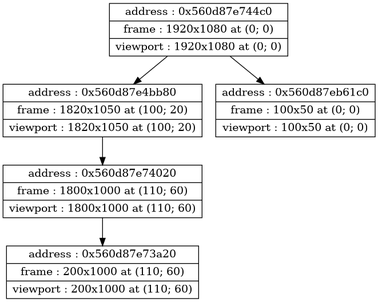
Above: assets/layout.png in Shishqa/YAGE (Graphviz), before the change. Its source is kept beside it as assets/layout.dot. The source it was exported from:
```dot
digraph {
	node [shape=record]
	node0x5592f3ddb4e0 [label = "{address : 0x5592f3ddb4e0 |frame : 1920x1080 at (0; 0) |viewport : 1920x1080 at (0; 0)}"];

	 node0x5592f3ddb4e0 -> node0x5592f3db2ba0 [color=black];
	node0x5592f3db2ba0 [label = "{address : 0x5592f3db2ba0 |frame : 1820x1050 at (100; 20) |viewport : 1820x1050 at (100; 20)}"];

	 node0x5592f3db2ba0 -> node0x5592f3ddb040 [color=black];
	node0x5592f3ddb040 [label = "{address : 0x5592f3ddb040 |frame : 1800x1000 at (110; 60) |viewport : 1800x1000 at (110; 60)}"];

	 node0x5592f3ddb040 -> node0x5592f3e54040 [color=black];
	node0x5592f3e54040 [label = "{address : 0x5592f3e54040 |frame : 1800x30 at (110; 60) |viewport : 1800x30 at (110; 60)}"];

	 node0x5592f3e54040 -> node0x5592f3e54100 [color=black];
	node0x5592f3e54100 [label = "{address : 0x5592f3e54100 |frame : 70x30 at (110; 60) |viewport : 70x30 at (110; 60)}"];

	 node0x5592f3e54100 -> node0x5592f3e54240 [color=black];
	node0x5592f3e54240 [label = "{address : 0x5592f3e54240 |frame : 100x30 at (110; 60) |viewport : 70x30 at (110; 60)}"];

	 node0x5592f3ddb040 -> node0x5592f3e54380 [color=black];
	node0x5592f3e54380 [label = "{address : 0x5592f3e54380 |frame : 50x970 at (110; 90) |viewport : 50x970 at (110; 90)}"];

	 node0x5592f3e54380 -> node0x5592f3e544c0 [color=black];
	node0x5592f3e544c0 [label = "{address : 0x5592f3e544c0 |frame : 50x600 at (110; 90) |viewport : 50x600 at (110; 90)}"];

	 node0x5592f3e544c0 -> node0x5592f3e54600 [color=black];
	node0x5592f3e54600 [label = "{address : 0x5592f3e54600 |frame : 40x40 at (115; 95) |viewport : 40x40 at (115; 95)}"];

	 node0x5592f3e544c0 -> node0x5592f3e54740 [color=black];
	node0x5592f3e54740 [label = "{address : 0x5592f3e54740 |frame : 40x40 at (115; 138) |viewport : 40x40 at (115; 138)}"];

	 node0x5592f3e544c0 -> node0x5592f3e3a0b0 [color=black];
	node0x5592f3e3a0b0 [label = "{address : 0x5592f3e3a0b0 |frame : 40x40 at (115; 181) |viewport : 40x40 at (115; 181)}"];

	 node0x5592f3e54380 -> node0x5592f3e17bf0 [color=black];
	node0x5592f3e17bf0 [label = "{address : 0x5592f3e17bf0 |frame : 50x50 at (110; 690) |viewport : 50x50 at (110; 690)}"];

	 node0x5592f3ddb040 -> node0x5592f3e15600 [color=black];
	node0x5592f3e15600 [label = "{address : 0x5592f3e15600 |frame : 1600x970 at (160; 90) |viewport : 1600x970 at (160; 90)}"];

	 node0x5592f3e15600 -> node0x5592f3e15810 [color=black];
	node0x5592f3e15810 [label = "{address : 0x5592f3e15810 |frame : 800x600 at (200; 130) |viewport : 800x600 at (200; 130)}"];

	 node0x5592f3ddb040 -> node0x5592f3e16790 [color=black];
	node0x5592f3e16790 [label = "{address : 0x5592f3e16790 |frame : 150x970 at (1760; 90) |viewport : 150x970 at (1760; 90)}"];

	 node0x5592f3e16790 -> node0x5592f3e406c0 [color=black];
	node0x5592f3e406c0 [label = "{address : 0x5592f3e406c0 |frame : 150x500 at (1760; 90) |viewport : 150x500 at (1760; 90)}"];

	 node0x5592f3e406c0 -> node0x5592f3de6ed0 [color=black];
	node0x5592f3de6ed0 [label = "{address : 0x5592f3de6ed0 |frame : 150x30 at (1760; 90) |viewport : 150x30 at (1760; 90)}"];

	 node0x5592f3e406c0 -> node0x5592f3e51230 [color=black];
	node0x5592f3e51230 [label = "{address : 0x5592f3e51230 |frame : 150x30 at (1760; 120) |viewport : 150x30 at (1760; 120)}"];

	 node0x5592f3e406c0 -> node0x5592f3e40140 [color=black];
	node0x5592f3e40140 [label = "{address : 0x5592f3e40140 |frame : 150x30 at (1760; 150) |viewport : 150x30 at (1760; 150)}"];

	 node0x5592f3e406c0 -> node0x5592f3e164a0 [color=black];
	node0x5592f3e164a0 [label = "{address : 0x5592f3e164a0 |frame : 150x30 at (1760; 180) |viewport : 150x30 at (1760; 180)}"];

	 node0x5592f3ddb4e0 -> node0x5592f3e15cf0 [color=black];
	node0x5592f3e15cf0 [label = "{address : 0x5592f3e15cf0 |frame : 100x50 at (0; 0) |viewport : 100x50 at (0; 0)}"];

}
```
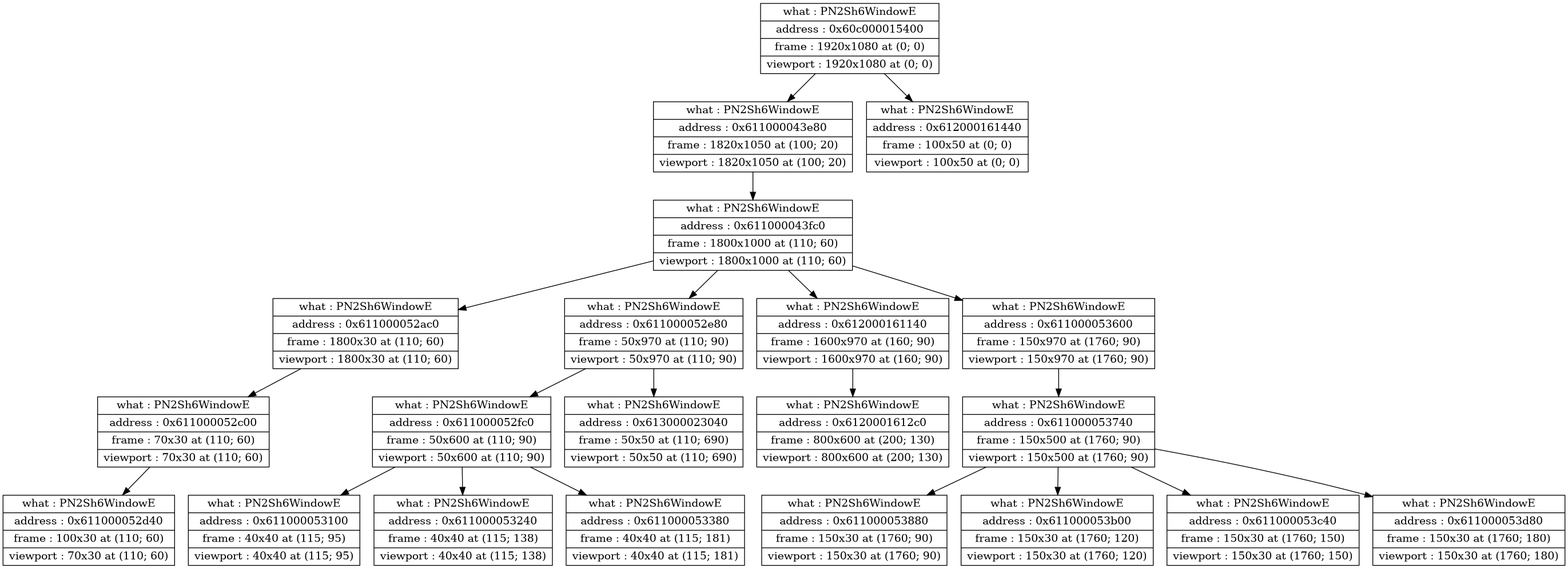
Above is the later version.

The edit, as a diff of the source:
```diff
@@ -1,65 +1,65 @@
 digraph {
 	node [shape=record]
-	node0x5592f3ddb4e0 [label = "{address : 0x5592f3ddb4e0 |frame : 1920x1080 at (0; 0) |viewport : 1920x1080 at (0; 0)}"];
+	node0x60c000015400 [label = "{what : PN2Sh6WindowE |address : 0x60c000015400 |frame : 1920x1080 at (0; 0) |viewport : 1920x1080 at (0; 0)}"];
 
-	 node0x5592f3ddb4e0 -> node0x5592f3db2ba0 [color=black];
-	node0x5592f3db2ba0 [label = "{address : 0x5592f3db2ba0 |frame : 1820x1050 at (100; 20) |viewport : 1820x1050 at (100; 20)}"];
+	 node0x60c000015400 -> node0x611000043e80 [color=black];
+	node0x611000043e80 [label = "{what : PN2Sh6WindowE |address : 0x611000043e80 |frame : 1820x1050 at (100; 20) |viewport : 1820x1050 at (100; 20)}"];
 
-	 node0x5592f3db2ba0 -> node0x5592f3ddb040 [color=black];
-	node0x5592f3ddb040 [label = "{address : 0x5592f3ddb040 |frame : 1800x1000 at (110; 60) |viewport : 1800x1000 at (110; 60)}"];
+	 node0x611000043e80 -> node0x611000043fc0 [color=black];
+	node0x611000043fc0 [label = "{what : PN2Sh6WindowE |address : 0x611000043fc0 |frame : 1800x1000 at (110; 60) |viewport : 1800x1000 at (110; 60)}"];
 
-	 node0x5592f3ddb040 -> node0x5592f3e54040 [color=black];
-	node0x5592f3e54040 [label = "{address : 0x5592f3e54040 |frame : 1800x30 at (110; 60) |viewport : 1800x30 at (110; 60)}"];
+	 node0x611000043fc0 -> node0x611000052ac0 [color=black];
+	node0x611000052ac0 [label = "{what : PN2Sh6WindowE |address : 0x611000052ac0 |frame : 1800x30 at (110; 60) |viewport : 1800x30 at (110; 60)}"];
 
-	 node0x5592f3e54040 -> node0x5592f3e54100 [color=black];
-	node0x5592f3e54100 [label = "{address : 0x5592f3e54100 |frame : 70x30 at (110; 60) |viewport : 70x30 at (110; 60)}"];
+	 node0x611000052ac0 -> node0x611000052c00 [color=black];
+	node0x611000052c00 [label = "{what : PN2Sh6WindowE |address : 0x611000052c00 |frame : 70x30 at (110; 60) |viewport : 70x30 at (110; 60)}"];
 
-	 node0x5592f3e54100 -> node0x5592f3e54240 [color=black];
-	node0x5592f3e54240 [label = "{address : 0x5592f3e54240 |frame : 100x30 at (110; 60) |viewport : 70x30 at (110; 60)}"];
+	 node0x611000052c00 -> node0x611000052d40 [color=black];
+	node0x611000052d40 [label = "{what : PN2Sh6WindowE |address : 0x611000052d40 |frame : 100x30 at (110; 60) |viewport : 70x30 at (110; 60)}"];
 
-	 node0x5592f3ddb040 -> node0x5592f3e54380 [color=black];
-	node0x5592f3e54380 [label = "{address : 0x5592f3e54380 |frame : 50x970 at (110; 90) |viewport : 50x970 at (110; 90)}"];
+	 node0x611000043fc0 -> node0x611000052e80 [color=black];
+	node0x611000052e80 [label = "{what : PN2Sh6WindowE |address : 0x611000052e80 |frame : 50x970 at (110; 90) |viewport : 50x970 at (110; 90)}"];
 
-	 node0x5592f3e54380 -> node0x5592f3e544c0 [color=black];
-	node0x5592f3e544c0 [label = "{address : 0x5592f3e544c0 |frame : 50x600 at (110; 90) |viewport : 50x600 at (110; 90)}"];
+	 node0x611000052e80 -> node0x611000052fc0 [color=black];
+	node0x611000052fc0 [label = "{what : PN2Sh6WindowE |address : 0x611000052fc0 |frame : 50x600 at (110; 90) |viewport : 50x600 at (110; 90)}"];
 
-	 node0x5592f3e544c0 -> node0x5592f3e54600 [color=black];
-	node0x5592f3e54600 [label = "{address : 0x5592f3e54600 |frame : 40x40 at (115; 95) |viewport : 40x40 at (115; 95)}"];
+	 node0x611000052fc0 -> node0x611000053100 [color=black];
+	node0x611000053100 [label = "{what : PN2Sh6WindowE |address : 0x611000053100 |frame : 40x40 at (115; 95) |viewport : 40x40 at (115; 95)}"];
 
-	 node0x5592f3e544c0 -> node0x5592f3e54740 [color=black];
-	node0x5592f3e54740 [label = "{address : 0x5592f3e54740 |frame : 40x40 at (115; 138) |viewport : 40x40 at (115; 138)}"];
+	 node0x611000052fc0 -> node0x611000053240 [color=black];
+	node0x611000053240 [label = "{what : PN2Sh6WindowE |address : 0x611000053240 |frame : 40x40 at (115; 138) |viewport : 40x40 at (115; 138)}"];
 
-	 node0x5592f3e544c0 -> node0x5592f3e3a0b0 [color=black];
-	node0x5592f3e3a0b0 [label = "{address : 0x5592f3e3a0b0 |frame : 40x40 at (115; 181) |viewport : 40x40 at (115; 181)}"];
+	 node0x611000052fc0 -> node0x611000053380 [color=black];
+	node0x611000053380 [label = "{what : PN2Sh6WindowE |address : 0x611000053380 |frame : 40x40 at (115; 181) |viewport : 40x40 at (115; 181)}"];
 
-	 node0x5592f3e54380 -> node0x5592f3e17bf0 [color=black];
-	node0x5592f3e17bf0 [label = "{address : 0x5592f3e17bf0 |frame : 50x50 at (110; 690) |viewport : 50x50 at (110; 690)}"];
+	 node0x611000052e80 -> node0x613000023040 [color=black];
+	node0x613000023040 [label = "{what : PN2Sh6WindowE |address : 0x613000023040 |frame : 50x50 at (110; 690) |viewport : 50x50 at (110; 690)}"];
 
-	 node0x5592f3ddb040 -> node0x5592f3e15600 [color=black];
-	node0x5592f3e15600 [label = "{address : 0x5592f3e15600 |frame : 1600x970 at (160; 90) |viewport : 1600x970 at (160; 90)}"];
+	 node0x611000043fc0 -> node0x612000161140 [color=black];
+	node0x612000161140 [label = "{what : PN2Sh6WindowE |address : 0x612000161140 |frame : 1600x970 at (160; 90) |viewport : 1600x970 at (160; 90)}"];
 
-	 node0x5592f3e15600 -> node0x5592f3e15810 [color=black];
-	node0x5592f3e15810 [label = "{address : 0x5592f3e15810 |frame : 800x600 at (200; 130) |viewport : 800x600 at (200; 130)}"];
+	 node0x612000161140 -> node0x6120001612c0 [color=black];
+	node0x6120001612c0 [label = "{what : PN2Sh6WindowE |address : 0x6120001612c0 |frame : 800x600 at (200; 130) |viewport : 800x600 at (200; 130)}"];
 
-	 node0x5592f3ddb040 -> node0x5592f3e16790 [color=black];
-	node0x5592f3e16790 [label = "{address : 0x5592f3e16790 |frame : 150x970 at (1760; 90) |viewport : 150x970 at (1760; 90)}"];
+	 node0x611000043fc0 -> node0x611000053600 [color=black];
+	node0x611000053600 [label = "{what : PN2Sh6WindowE |address : 0x611000053600 |frame : 150x970 at (1760; 90) |viewport : 150x970 at (1760; 90)}"];
 
-	 node0x5592f3e16790 -> node0x5592f3e406c0 [color=black];
-	node0x5592f3e406c0 [label = "{address : 0x5592f3e406c0 |frame : 150x500 at (1760; 90) |viewport : 150x500 at (1760; 90)}"];
+	 node0x611000053600 -> node0x611000053740 [color=black];
+	node0x611000053740 [label = "{what : PN2Sh6WindowE |address : 0x611000053740 |frame : 150x500 at (1760; 90) |viewport : 150x500 at (1760; 90)}"];
 
-	 node0x5592f3e406c0 -> node0x5592f3de6ed0 [color=black];
-	node0x5592f3de6ed0 [label = "{address : 0x5592f3de6ed0 |frame : 150x30 at (1760; 90) |viewport : 150x30 at (1760; 90)}"];
+	 node0x611000053740 -> node0x611000053880 [color=black];
+	node0x611000053880 [label = "{what : PN2Sh6WindowE |address : 0x611000053880 |frame : 150x30 at (1760; 90) |viewport : 150x30 at (1760; 90)}"];
 
-	 node0x5592f3e406c0 -> node0x5592f3e51230 [color=black];
-	node0x5592f3e51230 [label = "{address : 0x5592f3e51230 |frame : 150x30 at (1760; 120) |viewport : 150x30 at (1760; 120)}"];
+	 node0x611000053740 -> node0x611000053b00 [color=black];
+	node0x611000053b00 [label = "{what : PN2Sh6WindowE |address : 0x611000053b00 |frame : 150x30 at (1760; 120) |viewport : 150x30 at (1760; 120)}"];
 
-	 node0x5592f3e406c0 -> node0x5592f3e40140 [color=black];
-	node0x5592f3e40140 [label = "{address : 0x5592f3e40140 |frame : 150x30 at (1760; 150) |viewport : 150x30 at (1760; 150)}"];
+	 node0x611000053740 -> node0x611000053c40 [color=black];
+	node0x611000053c40 [label = "{what : PN2Sh6WindowE |address : 0x611000053c40 |frame : 150x30 at (1760; 150) |viewport : 150x30 at (1760; 150)}"];
 
-	 node0x5592f3e406c0 -> node0x5592f3e164a0 [color=black];
-	node0x5592f3e164a0 [label = "{address : 0x5592f3e164a0 |frame : 150x30 at (1760; 180) |viewport : 150x30 at (1760; 180)}"];
+	 node0x611000053740 -> node0x611000053d80 [color=black];
+	node0x611000053d80 [label = "{what : PN2Sh6WindowE |address : 0x611000053d80 |frame : 150x30 at (1760; 180) |viewport : 150x30 at (1760; 180)}"];
 
-	 node0x5592f3ddb4e0 -> node0x5592f3e15cf0 [color=black];
-	node0x5592f3e15cf0 [label = "{address : 0x5592f3e15cf0 |frame : 100x50 at (0; 0) |viewport : 100x50 at (0; 0)}"];
+	 node0x60c000015400 -> node0x612000161440 [color=black];
+	node0x612000161440 [label = "{what : PN2Sh6WindowE |address : 0x612000161440 |frame : 100x50 at (0; 0) |viewport : 100x50 at (0; 0)}"];
 
 }
```
